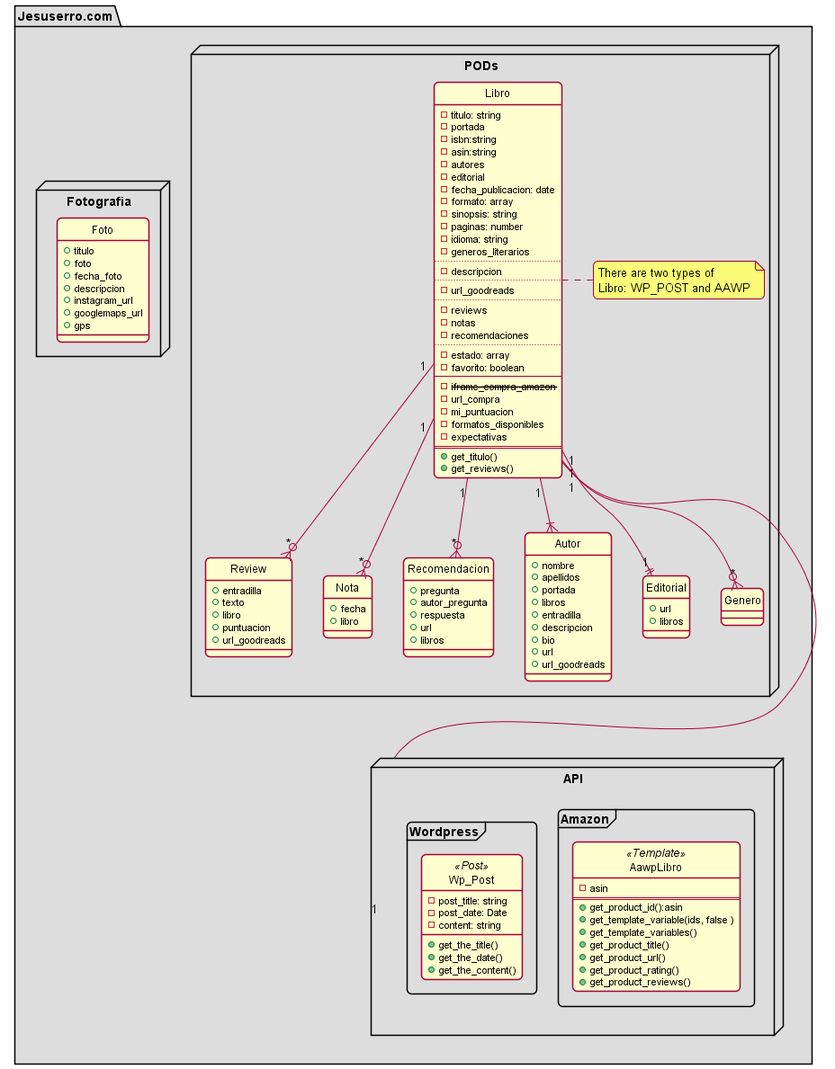
Above: docs/diagrams/out/app.png in libricos-com/libricos (PlantUML), before the change. Source of this version:
```plantuml
@startuml
skinparam Style strictuml
skinparam SequenceMessageAlignment center
skinparam backgroundColor #FFFFFF
skinparam roundcorner 10

package "Jesuserro.com" #DDDDDD
{
    node "API" as n1 {
        frame Amazon {
            class AawpLibro <<Template>>{
                - asin
                ==
                + get_product_id():asin
                + get_template_variable(ids, false )
                + get_template_variables()
                + get_product_title()
                + get_product_url()
                + get_product_rating()
                + get_product_reviews()
            }
        }
        frame Wordpress {
            class Wp_Post <<Post>>{
                - post_title: string
                - post_date: Date
                - content: string
                + get_the_title()
                + get_the_date()
                + get_the_content()
            }
        }
    }

    node "PODs" {

        class Libro {
            - titulo: string
            - portada
            - isbn:string
            - asin:string
            - autores
            - editorial
            - fecha_publicacion: date
            - formato: array
            - sinopsis: string
            - paginas: number
            - idioma: string
            - generos_literarios
            ..
            - descripcion
            ..
            - url_goodreads
            ..
            - reviews
            - notas
            - recomendaciones
            ..
            - estado: array
            - favorito: boolean
            --
            - <strike>iframe_compra_amazon</strike>
            - url_compra
            - mi_puntuacion
            - formatos_disponibles
            - expectativas
            ==
            + get_titulo()
            + get_reviews()
        }

        note right of Libro
            There are two types of
            Libro: WP_POST and AAWP
        end note

        Libro "1" --o{ "*" Review
        Libro "1" --o{ "*" Nota
        Libro "1" --o{ "*" Recomendacion
        Libro "1" --|{ Autor
        Libro "1" ---- "1" n1
        Libro "1" --|| "1" Editorial
        Libro "1" --o{ "*" Genero

        class Review {
            + entradilla
            + texto
            + libro
            + puntuacion
            + url_goodreads
        }

        class Nota {
            + fecha
            + libro
        }

        class Recomendacion {
            + pregunta
            + autor_pregunta
            + respuesta
            + url
            + libros
        }

        class Autor{
            + nombre
            + apellidos
            + portada
            + libros
            + entradilla
            + descripcion
            + bio
            + url
            + url_goodreads
        }

        class Editorial{
            + url
            + libros
        }

        class Genero{

        }
    }

    node Fotografia{
        class Foto{
            + titulo
            + foto
            + fecha_foto
            + descripcion
            + instagram_url
            + googlemaps_url
            + gps
        }
    }
}
@enduml
```
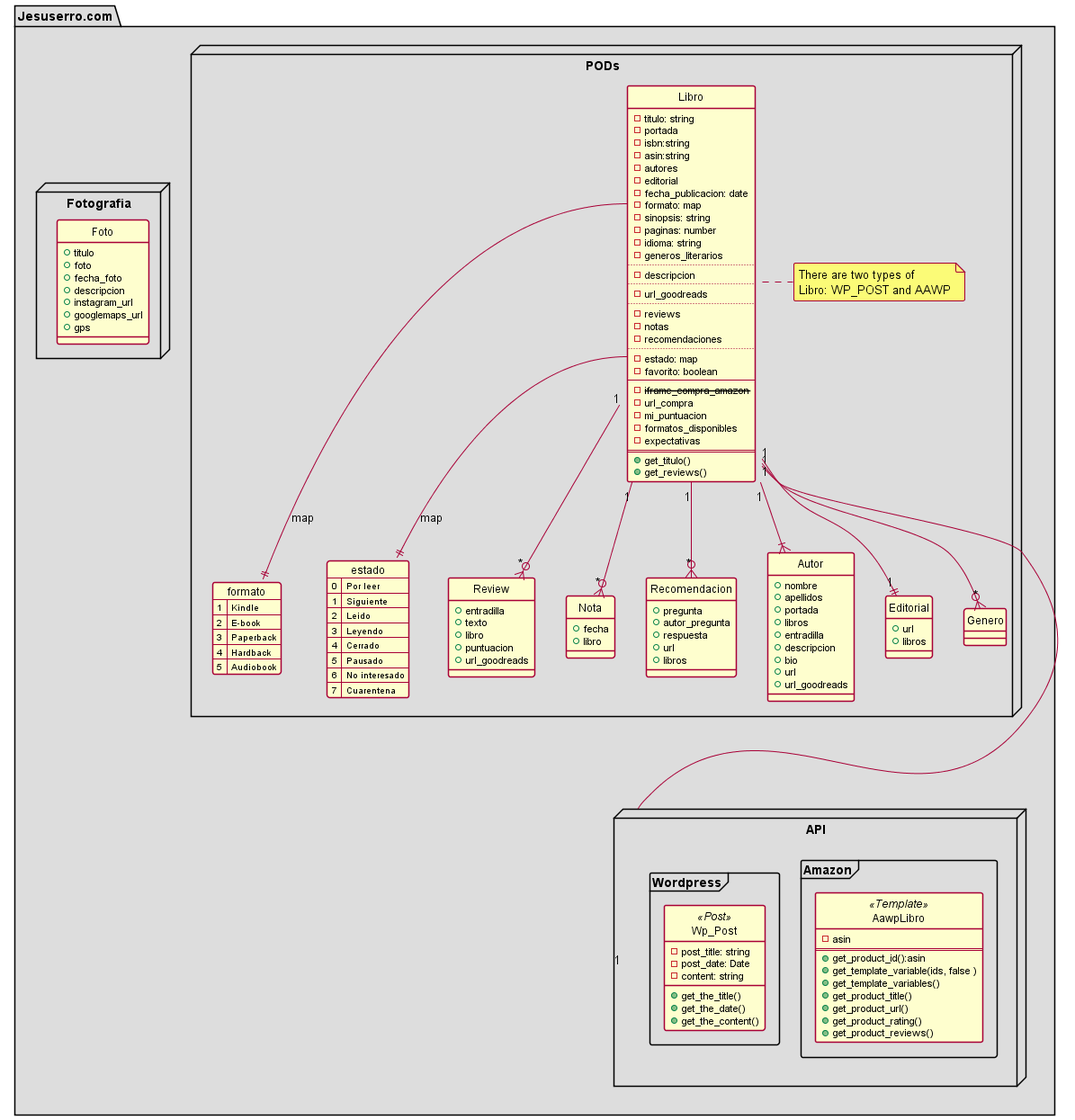
Above is the later version.

Commit message:
docs(UML): Added Libro formato y estado

Diff of the diagram source:
```diff
@@ -1,8 +1,9 @@
 @startuml
+
 skinparam Style strictuml
 skinparam SequenceMessageAlignment center
 skinparam backgroundColor #FFFFFF
-skinparam roundcorner 10
+skinparam roundcorner 5
 
 package "Jesuserro.com" #DDDDDD
 {
@@ -34,6 +35,28 @@
 
     node "PODs" {
 
+        map formato {
+            1 => Kindle
+            2 => E-book
+            3 => Paperback
+            4 => Hardback
+            5 => Audiobook
+        }
+
+        map estado {
+            0 => Por leer
+            1 => Siguiente
+            2 => Leido
+            3 => Leyendo
+            4 => Cerrado
+            5 => Pausado
+            6 => No interesado
+            7 => Cuarentena
+        }
+
+
+
+
         class Libro {
             - titulo: string
             - portada
@@ -42,7 +65,7 @@
             - autores
             - editorial
             - fecha_publicacion: date
-            - formato: array
+            - formato: map
             - sinopsis: string
             - paginas: number
             - idioma: string
@@ -56,7 +79,7 @@
             - notas
             - recomendaciones
             ..
-            - estado: array
+            - estado: map
             - favorito: boolean
             --
             - <strike>iframe_compra_amazon</strike>
@@ -81,6 +104,9 @@
         Libro "1" ---- "1" n1
         Libro "1" --|| "1" Editorial
         Libro "1" --o{ "*" Genero
+
+        Libro::estado --|| estado : map
+        Libro::formato --|| formato : map
 
         class Review {
             + entradilla
@@ -137,4 +163,5 @@
         }
     }
 }
+
 @enduml
```
